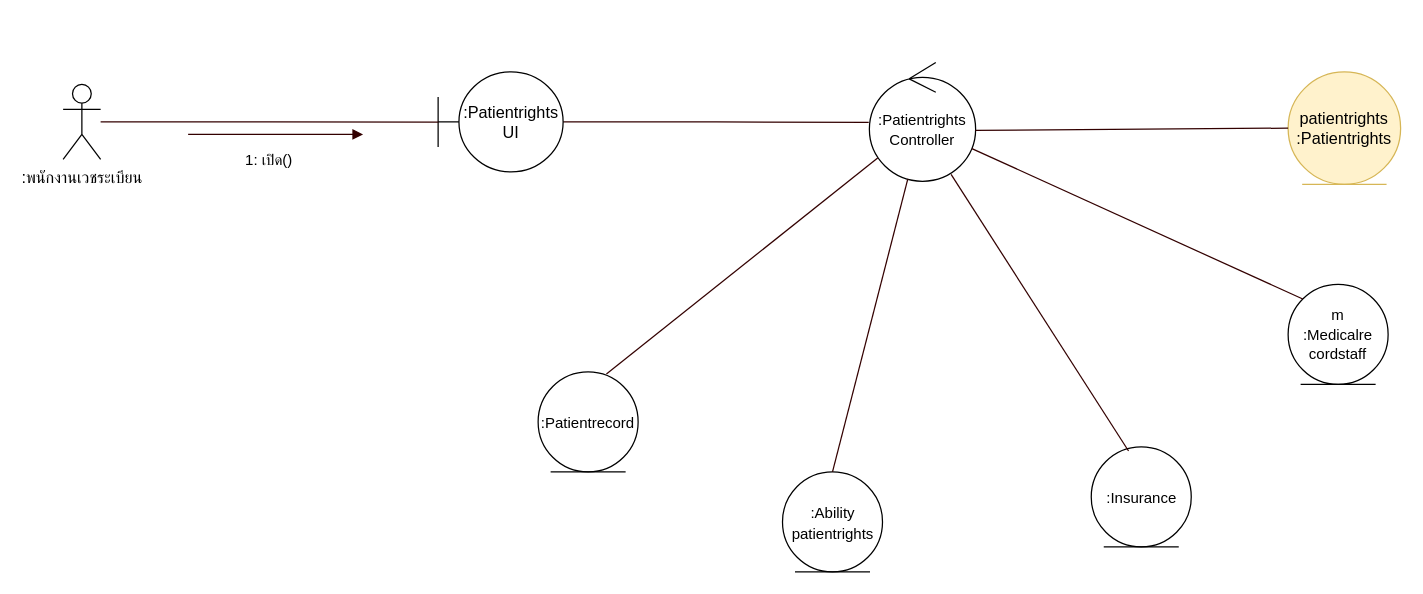
sut63/team10 keeps this draw.io diagram as page "Communication Diagram" (3 of 5) of draw_io/b6103866-2.drawio. Above is the earlier version. Source tidied: cells renumbered, new cells numbered last; positions are measured from the earlier drawing's top-left corner, leaving out a move shared by most shapes. Both pictures are drawn from the tidied source at 125%, with x=0, y=0 at pixel (62, 61).
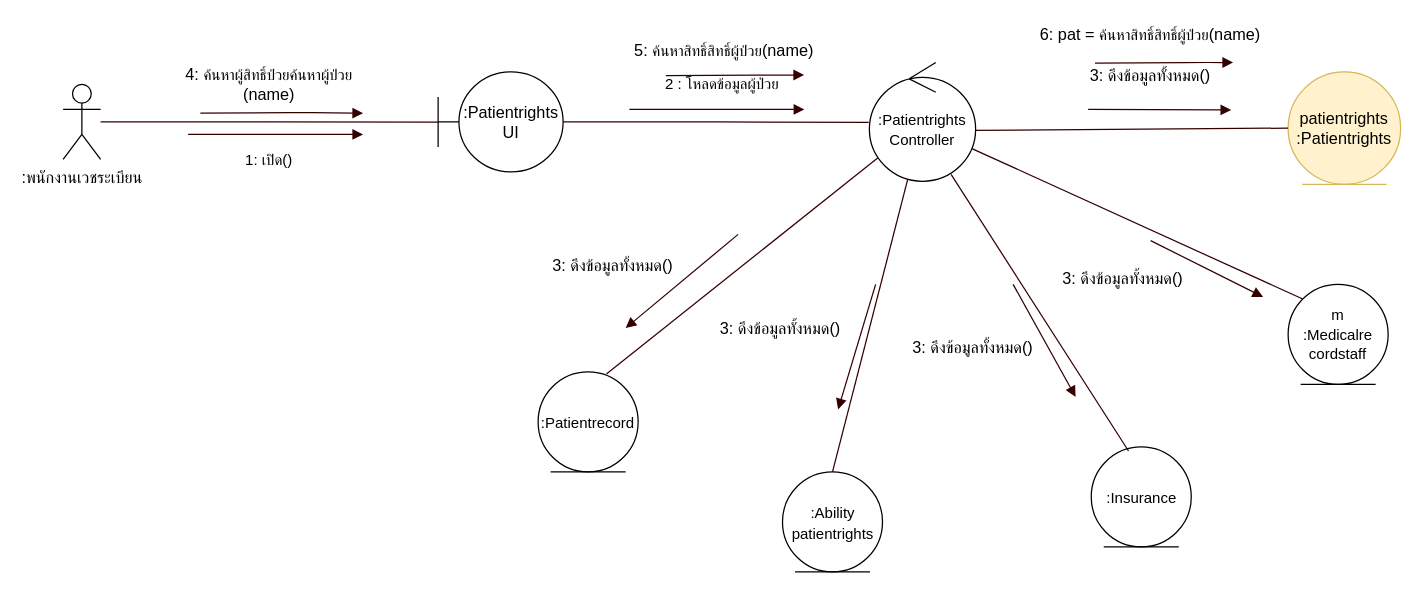
The same diagram, later.

Diff of the diagram source:
```diff
@@
+    <mxCell id="19" style="endArrow=block;html=1;strokeColor=#330000;endFill=1;" parent="1" edge="1">
+      <mxGeometry relative="1" as="geometry">
+        <mxPoint x="453" y="38" as="sourcePoint" />
+        <mxPoint x="593" y="38" as="targetPoint" />
+      </mxGeometry>
+    </mxCell>
+    <mxCell id="20" value="&lt;font style=&quot;font-size: 12px&quot;&gt;2 : โหลดข้อมูลผู้ป่วย&lt;/font&gt;" style="text;html=1;strokeColor=none;fillColor=none;align=center;verticalAlign=middle;whiteSpace=wrap;rounded=0;" parent="1" vertex="1">
+      <mxGeometry x="430" y="8" width="195" height="20" as="geometry" />
+    </mxCell>
+    <mxCell id="21" style="endArrow=block;html=1;strokeColor=#330000;endFill=1;" parent="1" edge="1">
+      <mxGeometry relative="1" as="geometry">
+        <mxPoint x="540" y="138" as="sourcePoint" />
+        <mxPoint x="450" y="213" as="targetPoint" />
+      </mxGeometry>
+    </mxCell>
+    <mxCell id="22" style="endArrow=block;html=1;strokeColor=#330000;endFill=1;" parent="1" edge="1">
+      <mxGeometry relative="1" as="geometry">
+        <mxPoint x="820" y="38" as="sourcePoint" />
+        <mxPoint x="934.5" y="38.5" as="targetPoint" />
+      </mxGeometry>
+    </mxCell>
+    <mxCell id="23" style="endArrow=block;html=1;strokeColor=#330000;endFill=1;" parent="1" edge="1">
+      <mxGeometry relative="1" as="geometry">
+        <mxPoint x="650" y="178" as="sourcePoint" />
+        <mxPoint x="620" y="278" as="targetPoint" />
+      </mxGeometry>
+    </mxCell>
+    <mxCell id="24" value="5: &lt;font style=&quot;font-size: 12px&quot;&gt;ค้นหาสิทธิ์สิทธิ์ผู้ป่วย&lt;/font&gt;(name)" style="text;html=1;strokeColor=none;fillColor=none;align=center;verticalAlign=middle;whiteSpace=wrap;rounded=0;fontSize=13;" parent="1" vertex="1">
+      <mxGeometry x="431.5" y="-19.5" width="193.5" height="20" as="geometry" />
+    </mxCell>
+    <mxCell id="25" style="endArrow=block;html=1;strokeColor=#330000;endFill=1;" parent="1" edge="1">
+      <mxGeometry relative="1" as="geometry">
+        <mxPoint x="760" y="178" as="sourcePoint" />
+        <mxPoint x="810" y="268" as="targetPoint" />
+      </mxGeometry>
+    </mxCell>
+    <mxCell id="26" value="3: ดึงข้อมูลทั้งหมด()" style="text;html=1;strokeColor=none;fillColor=none;align=center;verticalAlign=middle;whiteSpace=wrap;rounded=0;fontSize=13;" parent="1" vertex="1">
+      <mxGeometry x="787.5" y="163" width="120" height="20" as="geometry" />
+    </mxCell>
+    <mxCell id="27" style="endArrow=block;html=1;strokeColor=#330000;endFill=1;" parent="1" edge="1">
+      <mxGeometry relative="1" as="geometry">
+        <mxPoint x="870" y="143" as="sourcePoint" />
+        <mxPoint x="960" y="188" as="targetPoint" />
+      </mxGeometry>
+    </mxCell>
+    <mxCell id="28" value="3: ดึงข้อมูลทั้งหมด()" style="text;html=1;strokeColor=none;fillColor=none;align=center;verticalAlign=middle;whiteSpace=wrap;rounded=0;fontSize=13;" parent="1" vertex="1">
+      <mxGeometry x="810" y="0.5" width="120" height="20" as="geometry" />
+    </mxCell>
+    <mxCell id="29" value="3: ดึงข้อมูลทั้งหมด()" style="text;html=1;strokeColor=none;fillColor=none;align=center;verticalAlign=middle;whiteSpace=wrap;rounded=0;fontSize=13;" parent="1" vertex="1">
+      <mxGeometry x="380" y="153" width="120" height="20" as="geometry" />
+    </mxCell>
+    <mxCell id="30" value="3: ดึงข้อมูลทั้งหมด()" style="text;html=1;strokeColor=none;fillColor=none;align=center;verticalAlign=middle;whiteSpace=wrap;rounded=0;fontSize=13;" parent="1" vertex="1">
+      <mxGeometry x="667.5" y="218" width="120" height="20" as="geometry" />
+    </mxCell>
+    <mxCell id="31" value="3: ดึงข้อมูลทั้งหมด()" style="text;html=1;strokeColor=none;fillColor=none;align=center;verticalAlign=middle;whiteSpace=wrap;rounded=0;fontSize=13;" parent="1" vertex="1">
+      <mxGeometry x="514" y="203" width="120" height="20" as="geometry" />
+    </mxCell>
+    <mxCell id="32" value="4:&amp;nbsp;&lt;span style=&quot;font-size: 12px&quot;&gt;ค้นหา&lt;/span&gt;&lt;span style=&quot;font-size: 12px&quot;&gt;ผู้สิทธิ์ป่วย&lt;/span&gt;&lt;span style=&quot;font-size: 12px&quot;&gt;ค้นหา&lt;/span&gt;&lt;span style=&quot;font-size: 12px&quot;&gt;ผู้ป่วย&lt;/span&gt;&lt;span style=&quot;font-size: 12px&quot;&gt;&lt;br&gt;&lt;/span&gt;(name)" style="text;html=1;strokeColor=none;fillColor=none;align=center;verticalAlign=middle;whiteSpace=wrap;rounded=0;fontSize=13;" parent="1" vertex="1">
+      <mxGeometry x="79" y="8" width="172" height="20" as="geometry" />
+    </mxCell>
+    <mxCell id="33" style="endArrow=block;html=1;strokeColor=#330000;endFill=1;" parent="1" edge="1">
+      <mxGeometry relative="1" as="geometry">
+        <mxPoint x="109.8" y="41" as="sourcePoint" />
+        <mxPoint x="240" y="41" as="targetPoint" />
+        <Array as="points">
+          <mxPoint x="190.2" y="40.5" />
+        </Array>
+      </mxGeometry>
+    </mxCell>
+    <mxCell id="34" style="endArrow=block;html=1;strokeColor=#330000;endFill=1;" parent="1" edge="1">
+      <mxGeometry relative="1" as="geometry">
+        <mxPoint x="482.2" y="11" as="sourcePoint" />
+        <mxPoint x="592.8" y="10.5" as="targetPoint" />
+        <Array as="points">
+          <mxPoint x="562.8" y="10.5" />
+        </Array>
+      </mxGeometry>
+    </mxCell>
+    <mxCell id="35" value="6: pat =&amp;nbsp;&lt;font style=&quot;font-size: 12px&quot;&gt;ค้นหาสิทธิ์สิทธิ์ผู้ป่วย&lt;/font&gt;(name)" style="text;html=1;strokeColor=none;fillColor=none;align=center;verticalAlign=middle;whiteSpace=wrap;rounded=0;fontSize=13;" parent="1" vertex="1">
+      <mxGeometry x="773.2" y="-32" width="193.5" height="20" as="geometry" />
+    </mxCell>
+    <mxCell id="36" style="endArrow=block;html=1;strokeColor=#330000;endFill=1;" parent="1" edge="1">
+      <mxGeometry relative="1" as="geometry">
+        <mxPoint x="825.5" y="1" as="sourcePoint" />
+        <mxPoint x="936" y="0.5" as="targetPoint" />
+        <Array as="points">
+          <mxPoint x="906" y="0.5" />
+        </Array>
+      </mxGeometry>
+    </mxCell>
```
